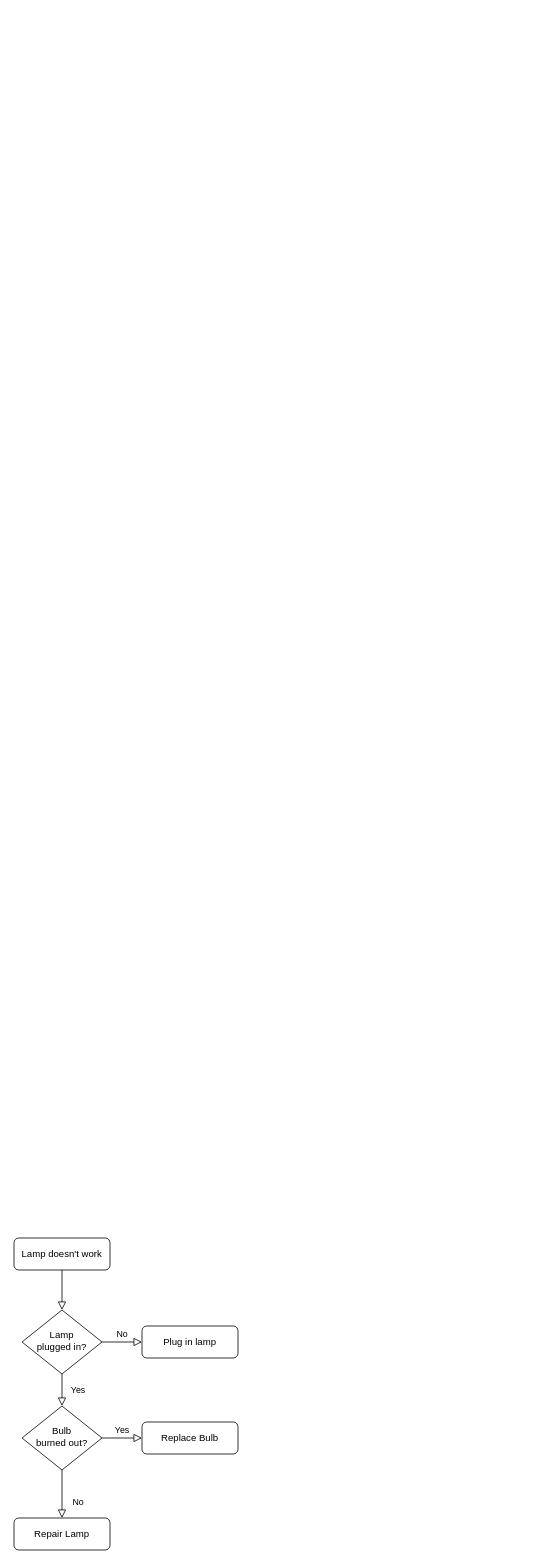
This is 12Untitled Diagram.drawio from leohlgctzby/lianxi-redux, a draw.io file, before an edit. Source tidied: cells renumbered, new cells numbered last; positions are measured from the earlier drawing's top-left corner, leaving out a move shared by most shapes. Both pictures are drawn from the tidied source at 80%, with x=0, y=0 at pixel (14, 1238).
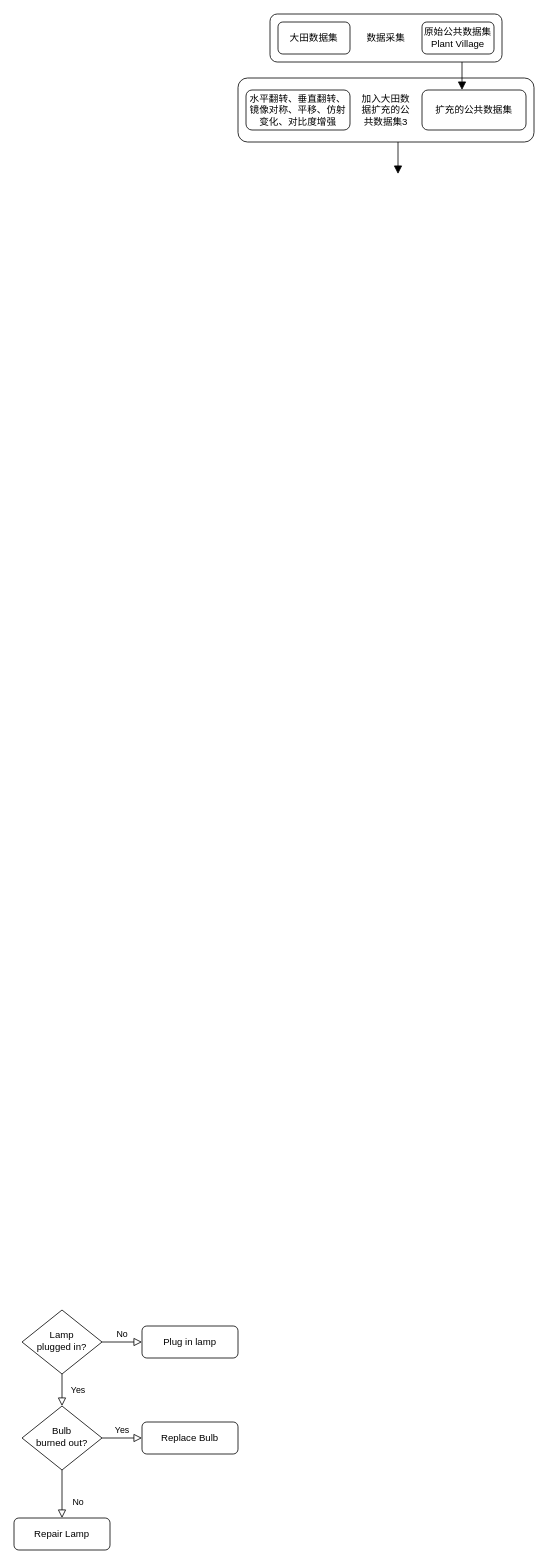
After the change.

Unchanged cells that the change refers to:
```xml
<mxCell id="6" value="Lamp&lt;br&gt;plugged in?" style="rhombus;whiteSpace=wrap;html=1;shadow=0;fontFamily=Helvetica;fontSize=12;align=center;strokeWidth=1;spacing=6;spacingTop=-4;" parent="1" vertex="1">
  <mxGeometry x="10" y="90" width="100" height="80" as="geometry" />
</mxCell>
```

The edit, as a diff of the source:
```diff
@@
-    <mxCell id="2" style="rounded=0;html=1;jettySize=auto;fontSize=11;endArrow=block;endFill=0;endSize=8;strokeWidth=1;shadow=0;labelBackgroundColor=none;edgeStyle=orthogonalEdgeStyle;" parent="1" edge="1" source="3" target="6">
-      <mxGeometry relative="1" as="geometry" />
-    </mxCell>
-    <mxCell id="3" value="Lamp doesn't work" style="rounded=1;whiteSpace=wrap;html=1;fontSize=12;glass=0;strokeWidth=1;shadow=0;" parent="1" vertex="1">
-      <mxGeometry width="120" height="40" as="geometry" />
+    <mxCell id="3" value="数据采集" style="rounded=1;whiteSpace=wrap;html=1;fontSize=12;glass=0;strokeWidth=1;shadow=0;" parent="1" vertex="1">
+      <mxGeometry x="320" y="-1530" width="290" height="60" as="geometry" />
     </mxCell>
@@
+    <mxCell id="13" style="rounded=0;html=1;jettySize=auto;orthogonalLoop=1;fontSize=11;endArrow=block;endFill=1;endSize=8;strokeWidth=1;shadow=0;labelBackgroundColor=none;edgeStyle=orthogonalEdgeStyle;" parent="1" edge="1">
+      <mxGeometry relative="1" as="geometry">
+        <mxPoint x="480" y="-1400" as="sourcePoint" />
+        <mxPoint x="480" y="-1330" as="targetPoint" />
+        <Array as="points">
+          <mxPoint x="480" y="-1340" />
+        </Array>
+      </mxGeometry>
+    </mxCell>
+    <mxCell id="14" value="大田数据集" style="rounded=1;whiteSpace=wrap;html=1;fontSize=12;glass=0;strokeWidth=1;shadow=0;" parent="1" vertex="1">
+      <mxGeometry x="330" y="-1520" width="90" height="40" as="geometry" />
+    </mxCell>
+    <mxCell id="15" value="&lt;div&gt;原始公共数据集&lt;/div&gt;&lt;div&gt;Plant Village&lt;/div&gt;" style="rounded=1;whiteSpace=wrap;html=1;fontSize=12;glass=0;strokeWidth=1;shadow=0;" parent="1" vertex="1">
+      <mxGeometry x="510" y="-1520" width="90" height="40" as="geometry" />
+    </mxCell>
+    <mxCell id="16" value="&lt;div&gt;加入大田数&lt;/div&gt;&lt;div&gt;据扩充的公&lt;/div&gt;&lt;div&gt;共数据集3&lt;/div&gt;" style="rounded=1;whiteSpace=wrap;html=1;fontSize=12;glass=0;strokeWidth=1;shadow=0;" parent="1" vertex="1">
+      <mxGeometry x="280" y="-1450" width="370" height="80" as="geometry" />
+    </mxCell>
+    <mxCell id="17" value="&lt;div&gt;水平翻转、垂直翻转、镜像对称、&lt;span&gt;平移、仿射变化、对比度增强&lt;/span&gt;&lt;/div&gt;" style="rounded=1;whiteSpace=wrap;html=1;fontSize=12;glass=0;strokeWidth=1;shadow=0;" parent="1" vertex="1">
+      <mxGeometry x="290" y="-1435" width="130" height="50" as="geometry" />
+    </mxCell>
+    <mxCell id="18" value="扩充的公共数据集" style="rounded=1;whiteSpace=wrap;html=1;fontSize=12;glass=0;strokeWidth=1;shadow=0;" parent="1" vertex="1">
+      <mxGeometry x="510" y="-1435" width="130" height="50" as="geometry" />
+    </mxCell>
+    <mxCell id="19" style="rounded=0;html=1;jettySize=auto;orthogonalLoop=1;fontSize=11;endArrow=block;endFill=1;endSize=8;strokeWidth=1;shadow=0;labelBackgroundColor=none;edgeStyle=orthogonalEdgeStyle;" parent="1" edge="1">
+      <mxGeometry relative="1" as="geometry">
+        <mxPoint x="560" y="-1470" as="sourcePoint" />
+        <mxPoint x="560" y="-1435" as="targetPoint" />
+        <Array as="points">
+          <mxPoint x="560" y="-1435" />
+        </Array>
+      </mxGeometry>
+    </mxCell>
```
